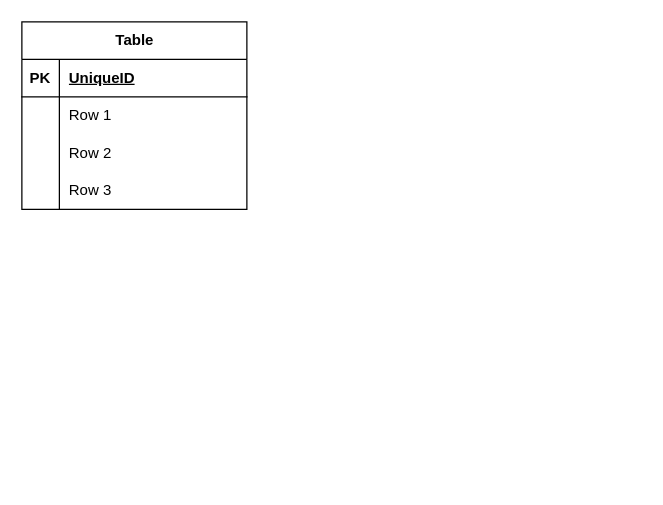
The draw.io diagram Diagram/Model Conceptuel des Données.drawio in Muking3/Project_API_Twitter, before the edit. Source tidied: cells renumbered, new cells numbered last; positions are measured from the earlier drawing's top-left corner, leaving out a move shared by most shapes. Both pictures are drawn from the tidied source at 125%, with x=0, y=0 at pixel (21, 21).
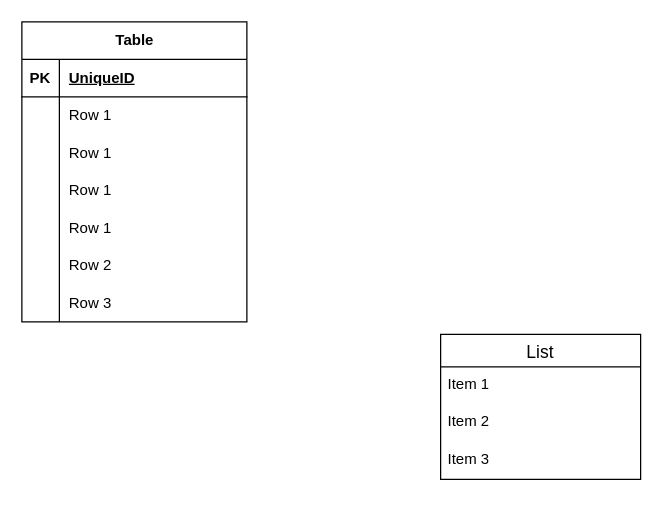
The same diagram, later.

Commit message (it also covers changes not shown here):
Mettre à jour Model Conceptuel des Données.drawio

Change to the diagram source:
```diff
@@
     <mxCell id="2" value="Table" style="shape=table;startSize=30;childLayout=tableLayout;rowLines=0;fontStyle=1;align=center;html=1;" parent="1" vertex="1">
-      <mxGeometry width="180" height="150" as="geometry" />
+      <mxGeometry width="180" height="240" as="geometry" />
     </mxCell>
@@
+    <mxCell id="15" style="shape=tableRow;horizontal=0;startSize=0;swimlaneHead=0;swimlaneBody=0;fillColor=none;top=0;left=0;right=0;bottom=0;" parent="2" vertex="1">
+      <mxGeometry y="90" width="180" height="30" as="geometry" />
+    </mxCell>
+    <mxCell id="16" style="shape=partialRectangle;fillColor=none;top=0;left=0;bottom=0;right=0;overflow=hidden;whiteSpace=wrap;html=1;" parent="15" vertex="1">
+      <mxGeometry width="30" height="30" as="geometry" />
+    </mxCell>
+    <mxCell id="17" value="Row 1" style="shape=partialRectangle;fillColor=none;top=0;left=0;bottom=0;right=0;align=left;spacingLeft=6;overflow=hidden;whiteSpace=wrap;html=1;" parent="15" vertex="1">
+      <mxGeometry x="30" width="150" height="30" as="geometry" />
+    </mxCell>
+    <mxCell id="18" style="shape=tableRow;horizontal=0;startSize=0;swimlaneHead=0;swimlaneBody=0;fillColor=none;top=0;left=0;right=0;bottom=0;" parent="2" vertex="1">
+      <mxGeometry y="120" width="180" height="30" as="geometry" />
+    </mxCell>
+    <mxCell id="19" style="shape=partialRectangle;fillColor=none;top=0;left=0;bottom=0;right=0;overflow=hidden;whiteSpace=wrap;html=1;" parent="18" vertex="1">
+      <mxGeometry width="30" height="30" as="geometry" />
+    </mxCell>
+    <mxCell id="20" value="Row 1" style="shape=partialRectangle;fillColor=none;top=0;left=0;bottom=0;right=0;align=left;spacingLeft=6;overflow=hidden;whiteSpace=wrap;html=1;" parent="18" vertex="1">
+      <mxGeometry x="30" width="150" height="30" as="geometry" />
+    </mxCell>
+    <mxCell id="21" style="shape=tableRow;horizontal=0;startSize=0;swimlaneHead=0;swimlaneBody=0;fillColor=none;top=0;left=0;right=0;bottom=0;" parent="2" vertex="1">
+      <mxGeometry y="150" width="180" height="30" as="geometry" />
+    </mxCell>
+    <mxCell id="22" style="shape=partialRectangle;fillColor=none;top=0;left=0;bottom=0;right=0;overflow=hidden;whiteSpace=wrap;html=1;" parent="21" vertex="1">
+      <mxGeometry width="30" height="30" as="geometry" />
+    </mxCell>
+    <mxCell id="23" value="Row 1" style="shape=partialRectangle;fillColor=none;top=0;left=0;bottom=0;right=0;align=left;spacingLeft=6;overflow=hidden;whiteSpace=wrap;html=1;" parent="21" vertex="1">
+      <mxGeometry x="30" width="150" height="30" as="geometry" />
+    </mxCell>
     <mxCell id="9" style="shape=tableRow;horizontal=0;startSize=0;swimlaneHead=0;swimlaneBody=0;fillColor=none;top=0;left=0;right=0;bottom=0;" parent="2" vertex="1">
-      <mxGeometry y="90" width="180" height="30" as="geometry" />
+      <mxGeometry y="180" width="180" height="30" as="geometry" />
     </mxCell>
@@
     <mxCell id="12" style="shape=tableRow;horizontal=0;startSize=0;swimlaneHead=0;swimlaneBody=0;fillColor=none;top=0;left=0;right=0;bottom=0;" parent="2" vertex="1">
-      <mxGeometry y="120" width="180" height="30" as="geometry" />
+      <mxGeometry y="210" width="180" height="30" as="geometry" />
     </mxCell>
@@
+    <mxCell id="24" value="List" style="swimlane;fontStyle=0;horizontal=1;startSize=26;align=center;fontSize=14;" parent="1" vertex="1">
+      <mxGeometry x="335" y="250" width="160" height="116" as="geometry" />
+    </mxCell>
+    <mxCell id="25" value="Item 1" style="text;strokeColor=none;fillColor=none;spacingLeft=4;spacingRight=4;overflow=hidden;fontSize=12;whiteSpace=wrap;html=1;" parent="24" vertex="1">
+      <mxGeometry y="26" width="160" height="30" as="geometry" />
+    </mxCell>
+    <mxCell id="26" value="Item 2" style="text;strokeColor=none;fillColor=none;spacingLeft=4;spacingRight=4;overflow=hidden;fontSize=12;whiteSpace=wrap;html=1;" parent="24" vertex="1">
+      <mxGeometry y="56" width="160" height="30" as="geometry" />
+    </mxCell>
+    <mxCell id="27" value="Item 3" style="text;strokeColor=none;fillColor=none;spacingLeft=4;spacingRight=4;overflow=hidden;fontSize=12;whiteSpace=wrap;html=1;" parent="24" vertex="1">
+      <mxGeometry y="86" width="160" height="30" as="geometry" />
+    </mxCell>
```
